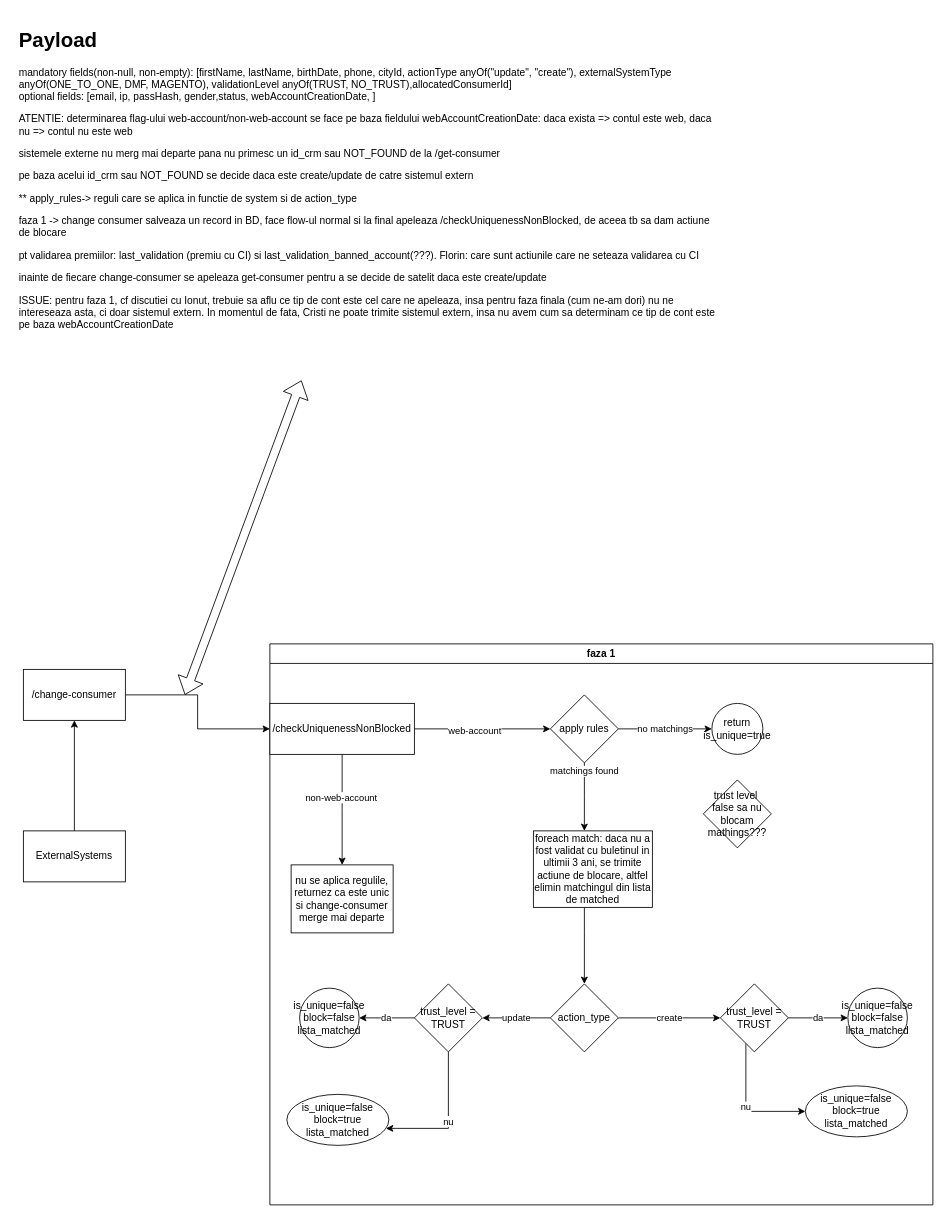
Before: identity-matcher.drawio in btalpiga/3nyble-draw-io, a draw.io diagram. Source tidied: cells renumbered, new cells numbered last; positions are measured from the earlier drawing's top-left corner, leaving out a move shared by most shapes. Both pictures are drawn from the tidied source at 85%, with x=0, y=0 at pixel (14, 23).
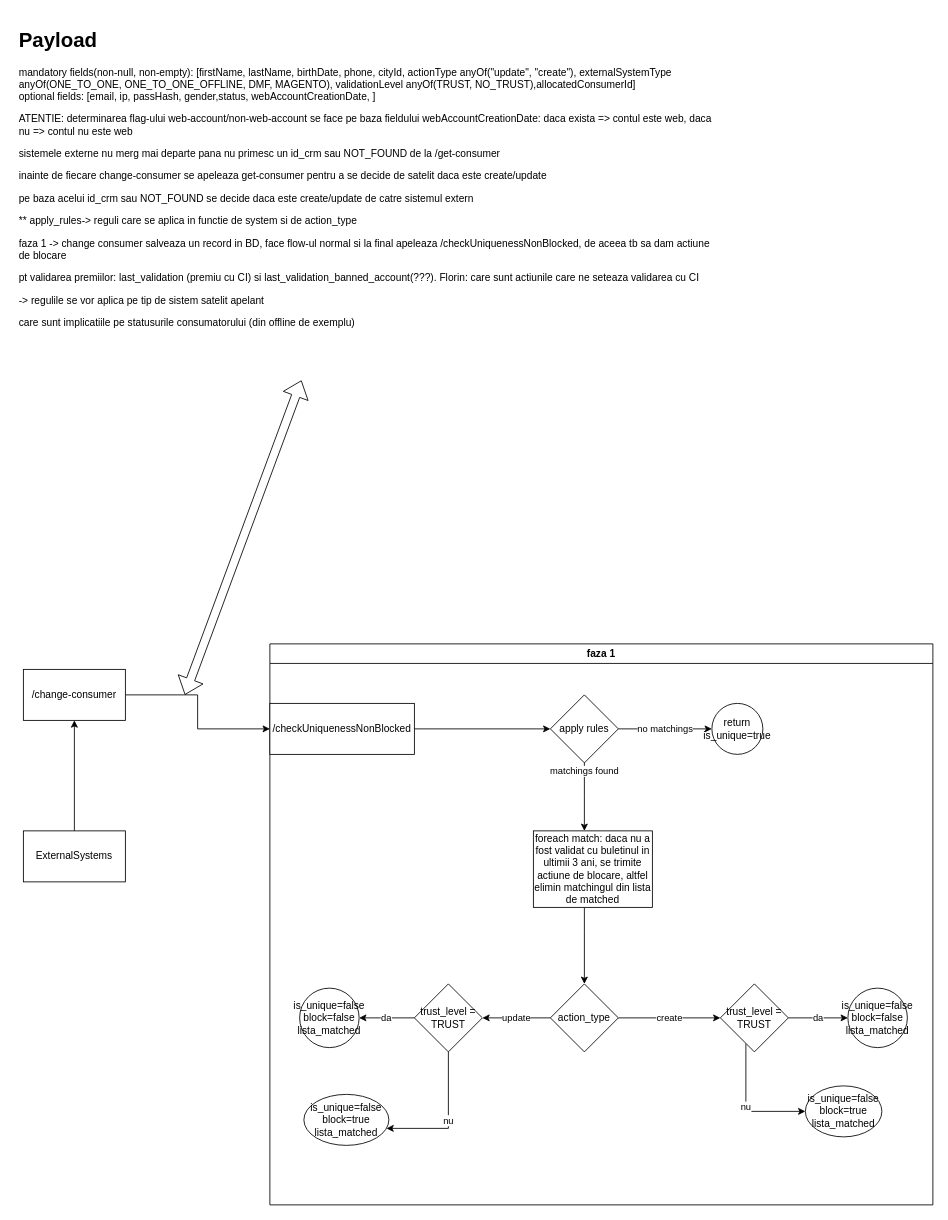
The same diagram, later.

Unchanged cells that the change refers to:
```xml
<mxCell id="2" value="faza 1" style="swimlane;" parent="1" vertex="1">
  <mxGeometry x="300" y="730" width="780" height="660" as="geometry" />
</mxCell>
<mxCell id="3" value="/checkUniquenessNonBlocked" style="rounded=0;whiteSpace=wrap;html=1;" parent="2" vertex="1">
  <mxGeometry y="70" width="170" height="60" as="geometry" />
</mxCell>
<mxCell id="5" style="edgeStyle=orthogonalEdgeStyle;rounded=0;jettySize=auto;html=1;" parent="2" edge="1" source="3" target="7">
  <mxGeometry relative="1" as="geometry" />
</mxCell>
```

Diff of the diagram source:
```diff
@@
-    <mxCell id="4" value="nu se aplica regulile, returnez ca este unic si change-consumer merge mai departe" style="rounded=0;whiteSpace=wrap;html=1;" parent="2" vertex="1">
-      <mxGeometry x="25" y="260" width="120" height="80" as="geometry" />
-    </mxCell>
@@
-    <mxCell id="6" value="web-account" style="edgeLabel;html=1;align=center;verticalAlign=middle;" parent="5" vertex="1">
-      <mxGeometry x="-0.12" y="-1" relative="1" as="geometry" />
-    </mxCell>
@@
     <mxCell id="16" value="is_unique=false&lt;br&gt;block=true&lt;br&gt;lista_matched" style="ellipse;whiteSpace=wrap;html=1;" parent="2" vertex="1">
-      <mxGeometry x="20" y="530" width="120" height="60" as="geometry" />
+      <mxGeometry x="40" y="530" width="100" height="60" as="geometry" />
     </mxCell>
@@
     <mxCell id="18" value="is_unique=false&lt;br&gt;block=true&lt;br&gt;lista_matched" style="ellipse;whiteSpace=wrap;html=1;" parent="2" vertex="1">
-      <mxGeometry x="630" y="520" width="120" height="60" as="geometry" />
+      <mxGeometry x="630" y="520" width="90" height="60" as="geometry" />
     </mxCell>
@@
-    <mxCell id="25" value="trust level&amp;nbsp;&lt;br&gt;false sa nu blocam mathings???" style="rhombus;whiteSpace=wrap;html=1;" parent="2" vertex="1">
-      <mxGeometry x="510" y="160" width="80" height="80" as="geometry" />
-    </mxCell>
@@
-    <mxCell id="31" value="&lt;h1&gt;Payload&lt;/h1&gt;&lt;span style=&quot;text-align: center;&quot;&gt;mandatory fields(non-null, non-empty): [firstName, lastName, birthDate, phone, cityId, actionType anyOf(&quot;update&quot;, &quot;create&quot;), externalSystemType anyOf(ONE_TO_ONE, DMF, MAGENTO), validationLevel anyOf(TRUST, NO_TRUST),&lt;/span&gt;&lt;span style=&quot;text-align: center;&quot;&gt;allocatedConsumerId&lt;/span&gt;&lt;span style=&quot;text-align: center;&quot;&gt;]&lt;br&gt;optional fields: [email, ip, passHash, gender,&lt;/span&gt;&lt;span style=&quot;text-align: center;&quot;&gt;status,&amp;nbsp;&lt;/span&gt;&lt;span style=&quot;text-align: center;&quot;&gt;webAccountCreationDate, ]&lt;br&gt;&lt;/span&gt;&lt;p&gt;ATENTIE: determinarea flag-ului web-account/non-web-account se face pe baza fieldului webAccountCreationDate: daca exista =&amp;gt; contul este web, daca nu =&amp;gt; contul nu este web&lt;/p&gt;&lt;p&gt;sistemele externe nu merg mai departe pana nu primesc un id_crm sau NOT_FOUND de la /get-consumer&lt;/p&gt;&lt;p&gt;pe baza acelui id_crm sau NOT_FOUND se decide daca este create/update de catre sistemul extern&lt;/p&gt;&lt;p&gt;** apply_rules-&amp;gt; reguli care se aplica in functie de system si de action_type&lt;/p&gt;&lt;p&gt;faza 1 -&amp;gt; change consumer salveaza un record in BD, face flow-ul normal si la final apeleaza /checkUniquenessNonBlocked, de aceea tb sa dam actiune de blocare&lt;/p&gt;&lt;p&gt;pt validarea premiilor: last_validation (premiu cu CI) si last_validation_banned_account(???). Florin: care sunt actiunile care ne seteaza validarea cu CI&lt;/p&gt;&lt;p&gt;inainte de fiecare change-consumer se apeleaza get-consumer pentru a se decide de satelit daca este create/update&lt;/p&gt;&lt;p&gt;ISSUE: pentru faza 1, cf discutiei cu Ionut, trebuie sa aflu ce tip de cont este cel care ne apeleaza, insa pentru faza finala (cum ne-am dori) nu ne intereseaza asta, ci doar sistemul extern. In momentul de fata, Cristi ne poate trimite sistemul extern, insa nu avem cum sa determinam ce tip de cont este pe baza webAccountCreationDate&amp;nbsp;&lt;/p&gt;&lt;p&gt;&lt;br&gt;&lt;/p&gt;" style="text;html=1;strokeColor=none;fillColor=none;spacing=5;spacingTop=-20;whiteSpace=wrap;overflow=hidden;rounded=0;" parent="1" vertex="1">
+    <mxCell id="31" value="&lt;h1&gt;Payload&lt;/h1&gt;&lt;span style=&quot;text-align: center;&quot;&gt;mandatory fields(non-null, non-empty): [firstName, lastName, birthDate, phone, cityId, actionType anyOf(&quot;update&quot;, &quot;create&quot;), externalSystemType anyOf(ONE_TO_ONE, ONE_TO_ONE_OFFLINE, DMF, MAGENTO), validationLevel anyOf(TRUST, NO_TRUST),&lt;/span&gt;&lt;span style=&quot;text-align: center;&quot;&gt;allocatedConsumerId&lt;/span&gt;&lt;span style=&quot;text-align: center;&quot;&gt;]&lt;br&gt;optional fields: [email, ip, passHash, gender,&lt;/span&gt;&lt;span style=&quot;text-align: center;&quot;&gt;status,&amp;nbsp;&lt;/span&gt;&lt;span style=&quot;text-align: center;&quot;&gt;webAccountCreationDate, ]&lt;br&gt;&lt;/span&gt;&lt;p&gt;ATENTIE: determinarea flag-ului web-account/non-web-account se face pe baza fieldului webAccountCreationDate: daca exista =&amp;gt; contul este web, daca nu =&amp;gt; contul nu este web&lt;/p&gt;&lt;p&gt;sistemele externe nu merg mai departe pana nu primesc un id_crm sau NOT_FOUND de la /get-consumer&lt;/p&gt;&lt;p&gt;inainte de fiecare change-consumer se apeleaza get-consumer pentru a se decide de satelit daca este create/update&lt;br&gt;&lt;/p&gt;&lt;p&gt;pe baza acelui id_crm sau NOT_FOUND se decide daca este create/update de catre sistemul extern&lt;/p&gt;&lt;p&gt;** apply_rules-&amp;gt; reguli care se aplica in functie de system si de action_type&lt;/p&gt;&lt;p&gt;faza 1 -&amp;gt; change consumer salveaza un record in BD, face flow-ul normal si la final apeleaza /checkUniquenessNonBlocked, de aceea tb sa dam actiune de blocare&lt;/p&gt;&lt;p&gt;pt validarea premiilor: last_validation (premiu cu CI) si last_validation_banned_account(???). Florin: care sunt actiunile care ne seteaza validarea cu CI&lt;/p&gt;&lt;p&gt;-&amp;gt; regulile se vor aplica pe tip de sistem satelit apelant&lt;/p&gt;&lt;p&gt;care sunt implicatiile pe statusurile consumatorului (din offline de exemplu)&lt;/p&gt;" style="text;html=1;strokeColor=none;fillColor=none;spacing=5;spacingTop=-20;whiteSpace=wrap;overflow=hidden;rounded=0;" parent="1" vertex="1">
       <mxGeometry width="830" height="420" as="geometry" />
     </mxCell>
-    <mxCell id="32" style="edgeStyle=orthogonalEdgeStyle;rounded=0;jettySize=auto;html=1;" parent="1" edge="1" source="3">
-      <mxGeometry relative="1" as="geometry">
-        <mxPoint x="385" y="990" as="targetPoint" />
-      </mxGeometry>
-    </mxCell>
-    <mxCell id="33" value="non-web-account" style="edgeLabel;html=1;align=center;verticalAlign=middle;" parent="32" vertex="1">
-      <mxGeometry x="-0.23" y="-2" relative="1" as="geometry" />
-    </mxCell>
```
